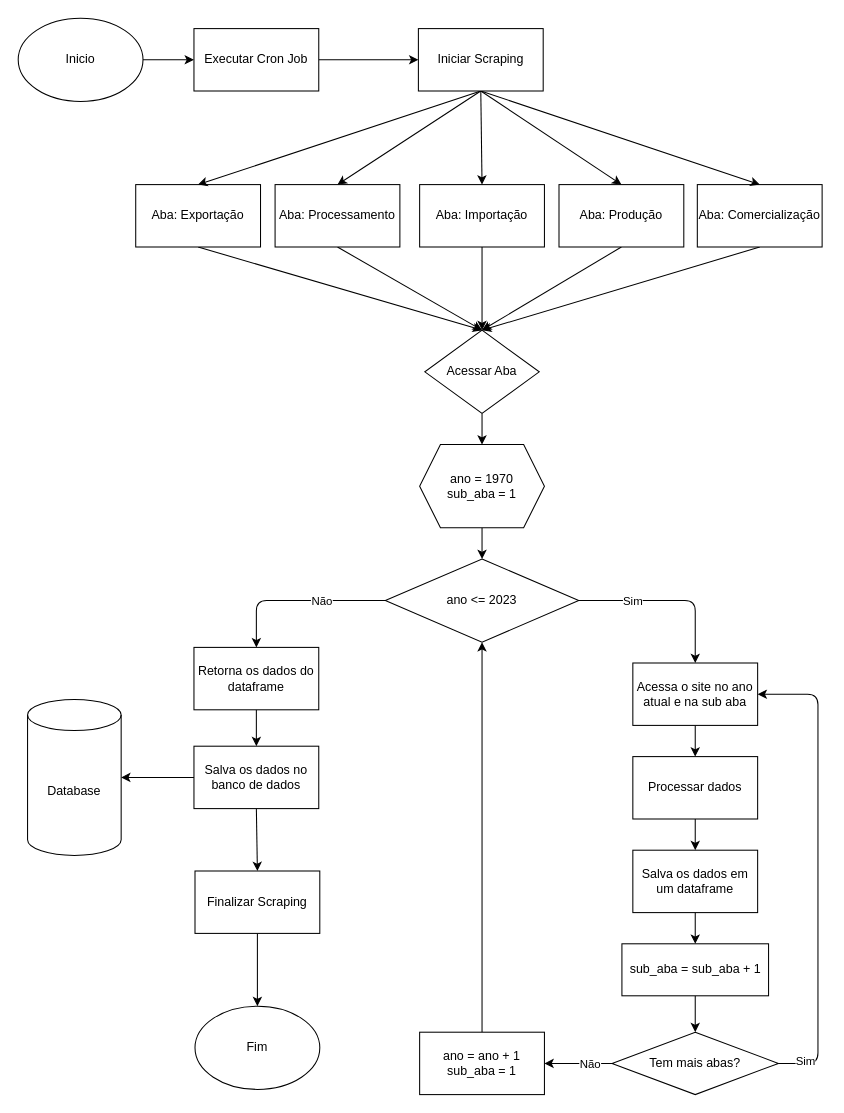
Earlier version of the draw.io diagram docs/flowchart_scrape.drawio (barravitor/fiap-ml-tech-challenge-stage-1). Source tidied: cells renumbered, new cells numbered last; positions are measured from the earlier drawing's top-left corner, leaving out a move shared by most shapes. Both pictures are drawn from the tidied source at 104%, with x=0, y=0 at pixel (18, 18).
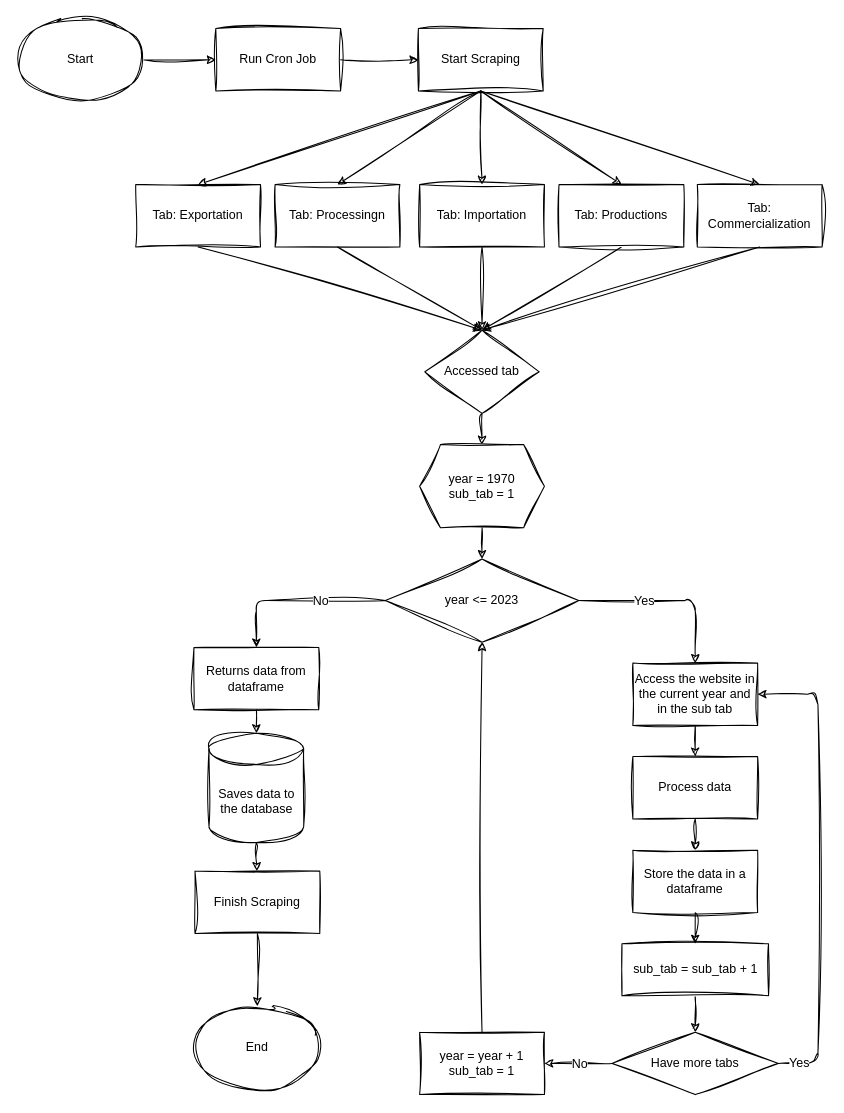
The same diagram, later.

The edit, as a diff of the source:
```diff
@@
+    <mxCell id="55" style="edgeStyle=none;sketch=1;hachureGap=4;jiggle=2;curveFitting=1;html=1;exitX=0.5;exitY=1;exitDx=0;exitDy=0;exitPerimeter=0;fontFamily=Architects Daughter;fontSize=12;" parent="1" edge="1" source="2" target="42">
+      <mxGeometry relative="1" as="geometry" />
+    </mxCell>
-    <mxCell id="2" value="Database" style="shape=cylinder3;whiteSpace=wrap;html=1;boundedLbl=1;backgroundOutline=1;size=15;" parent="1" vertex="1">
-      <mxGeometry x="9" y="655" width="90" height="150" as="geometry" />
+    <mxCell id="2" value="Saves data to the database" style="shape=cylinder3;whiteSpace=wrap;html=1;boundedLbl=1;backgroundOutline=1;size=15;sketch=1;curveFitting=1;jiggle=2;" parent="1" vertex="1">
+      <mxGeometry x="183.5" y="687.5" width="91" height="105" as="geometry" />
     </mxCell>
-    <mxCell id="3" style="edgeStyle=none;html=1;exitX=1;exitY=0.5;exitDx=0;exitDy=0;entryX=0;entryY=0.5;entryDx=0;entryDy=0;" parent="1" edge="1" source="4" target="50">
+    <mxCell id="3" style="edgeStyle=none;html=1;exitX=1;exitY=0.5;exitDx=0;exitDy=0;entryX=0;entryY=0.5;entryDx=0;entryDy=0;sketch=1;curveFitting=1;jiggle=2;" parent="1" edge="1" source="4" target="50">
       <mxGeometry relative="1" as="geometry" />
     </mxCell>
-    <mxCell id="4" value="Inicio" style="ellipse;whiteSpace=wrap;html=1;" parent="1" vertex="1">
+    <mxCell id="4" value="Start" style="ellipse;whiteSpace=wrap;html=1;sketch=1;curveFitting=1;jiggle=2;" parent="1" vertex="1">
       <mxGeometry width="120" height="80" as="geometry" />
     </mxCell>
-    <mxCell id="5" style="edgeStyle=none;html=1;exitX=0.5;exitY=1;exitDx=0;exitDy=0;" parent="1" edge="1" source="6" target="54">
+    <mxCell id="5" style="edgeStyle=none;html=1;exitX=0.5;exitY=1;exitDx=0;exitDy=0;sketch=1;curveFitting=1;jiggle=2;" parent="1" edge="1" source="6" target="54">
       <mxGeometry relative="1" as="geometry" />
     </mxCell>
-    <mxCell id="6" value="Acessar Aba" style="rhombus;whiteSpace=wrap;html=1;" parent="1" vertex="1">
+    <mxCell id="6" value="Accessed tab" style="rhombus;whiteSpace=wrap;html=1;sketch=1;curveFitting=1;jiggle=2;" parent="1" vertex="1">
       <mxGeometry x="391" y="300" width="110" height="80" as="geometry" />
     </mxCell>
-    <mxCell id="7" value="Fim" style="ellipse;whiteSpace=wrap;html=1;" parent="1" vertex="1">
+    <mxCell id="7" value="End" style="ellipse;whiteSpace=wrap;html=1;sketch=1;curveFitting=1;jiggle=2;" parent="1" vertex="1">
       <mxGeometry x="170" y="950" width="120" height="80" as="geometry" />
     </mxCell>
-    <mxCell id="8" style="edgeStyle=none;html=1;exitX=1;exitY=0.5;exitDx=0;exitDy=0;entryX=0.5;entryY=0;entryDx=0;entryDy=0;" parent="1" edge="1" source="12" target="19">
+    <mxCell id="8" style="edgeStyle=none;html=1;exitX=1;exitY=0.5;exitDx=0;exitDy=0;entryX=0.5;entryY=0;entryDx=0;entryDy=0;sketch=1;curveFitting=1;jiggle=2;" parent="1" edge="1" source="12" target="19">
       <mxGeometry relative="1" as="geometry">
         <Array as="points">
           <mxPoint x="651" y="560" />
         </Array>
       </mxGeometry>
     </mxCell>
-    <mxCell id="9" value="Sim" style="edgeLabel;html=1;align=center;verticalAlign=middle;" parent="8" vertex="1">
+    <mxCell id="9" value="&lt;font style=&quot;font-size: 12px;&quot;&gt;Yes&lt;/font&gt;" style="edgeLabel;html=1;align=center;verticalAlign=middle;sketch=1;curveFitting=1;jiggle=2;" parent="8" vertex="1">
       <mxGeometry x="-0.61" y="-1" relative="1" as="geometry">
-        <mxPoint x="17" y="-1" as="offset" />
+        <mxPoint x="28" y="-1" as="offset" />
       </mxGeometry>
     </mxCell>
-    <mxCell id="10" style="edgeStyle=none;html=1;exitX=0;exitY=0.5;exitDx=0;exitDy=0;entryX=0.5;entryY=0;entryDx=0;entryDy=0;" parent="1" edge="1" source="12" target="27">
+    <mxCell id="10" style="edgeStyle=none;html=1;exitX=0;exitY=0.5;exitDx=0;exitDy=0;entryX=0.5;entryY=0;entryDx=0;entryDy=0;sketch=1;curveFitting=1;jiggle=2;" parent="1" edge="1" source="12" target="27">
       <mxGeometry relative="1" as="geometry">
         <Array as="points">
           <mxPoint x="229" y="560" />
         </Array>
       </mxGeometry>
     </mxCell>
-    <mxCell id="11" value="Não" style="edgeLabel;html=1;align=center;verticalAlign=middle;" parent="10" vertex="1">
+    <mxCell id="11" value="&lt;font style=&quot;font-size: 12px;&quot;&gt;No&lt;/font&gt;" style="edgeLabel;html=1;align=center;verticalAlign=middle;sketch=1;curveFitting=1;jiggle=2;" parent="10" vertex="1">
       <mxGeometry x="-0.57" y="2" relative="1" as="geometry">
-        <mxPoint x="-26" y="-2" as="offset" />
+        <mxPoint x="-27" y="-2" as="offset" />
       </mxGeometry>
     </mxCell>
-    <mxCell id="12" value="ano &amp;lt;= 2023" style="rhombus;whiteSpace=wrap;html=1;" parent="1" vertex="1">
+    <mxCell id="12" value="year &amp;lt;= 2023" style="rhombus;whiteSpace=wrap;html=1;sketch=1;curveFitting=1;jiggle=2;" parent="1" vertex="1">
       <mxGeometry x="353" y="520" width="186" height="80" as="geometry" />
     </mxCell>
-    <mxCell id="13" style="edgeStyle=none;html=1;exitX=1;exitY=0.5;exitDx=0;exitDy=0;entryX=1;entryY=0.5;entryDx=0;entryDy=0;" parent="1" edge="1" source="17" target="19">
+    <mxCell id="13" style="edgeStyle=none;html=1;exitX=1;exitY=0.5;exitDx=0;exitDy=0;entryX=1;entryY=0.5;entryDx=0;entryDy=0;sketch=1;curveFitting=1;jiggle=2;" parent="1" edge="1" source="17" target="19">
       <mxGeometry relative="1" as="geometry">
         <Array as="points">
           <mxPoint x="769" y="1005" />
           <mxPoint x="769" y="650" />
         </Array>
       </mxGeometry>
     </mxCell>
-    <mxCell id="14" value="Sim" style="edgeLabel;html=1;align=center;verticalAlign=middle;" parent="13" vertex="1">
+    <mxCell id="14" value="&lt;font style=&quot;font-size: 12px;&quot;&gt;Yes&lt;/font&gt;" style="edgeLabel;html=1;align=center;verticalAlign=middle;sketch=1;curveFitting=1;jiggle=2;" parent="13" vertex="1">
       <mxGeometry x="-0.82" relative="1" as="geometry">
-        <mxPoint x="-13" as="offset" />
+        <mxPoint x="-19" y="2" as="offset" />
       </mxGeometry>
     </mxCell>
-    <mxCell id="15" style="edgeStyle=none;html=1;" parent="1" edge="1" source="17" target="25">
+    <mxCell id="15" style="edgeStyle=none;html=1;sketch=1;curveFitting=1;jiggle=2;" parent="1" edge="1" source="17" target="25">
       <mxGeometry relative="1" as="geometry" />
     </mxCell>
-    <mxCell id="16" value="Não" style="edgeLabel;html=1;align=center;verticalAlign=middle;" parent="15" vertex="1">
+    <mxCell id="16" value="&lt;span style=&quot;font-size: 12px;&quot;&gt;No&lt;/span&gt;" style="edgeLabel;html=1;align=center;verticalAlign=middle;sketch=1;curveFitting=1;jiggle=2;" parent="15" vertex="1">
       <mxGeometry x="-0.45" y="2" relative="1" as="geometry">
-        <mxPoint x="-4" y="-2" as="offset" />
+        <mxPoint x="-14" y="-2" as="offset" />
       </mxGeometry>
     </mxCell>
-    <mxCell id="17" value="Tem mais abas?" style="rhombus;whiteSpace=wrap;html=1;" parent="1" vertex="1">
+    <mxCell id="17" value="Have more tabs" style="rhombus;whiteSpace=wrap;html=1;sketch=1;curveFitting=1;jiggle=2;" parent="1" vertex="1">
       <mxGeometry x="571" y="975" width="160" height="60" as="geometry" />
     </mxCell>
-    <mxCell id="18" style="edgeStyle=none;html=1;exitX=0.5;exitY=1;exitDx=0;exitDy=0;entryX=0.5;entryY=0;entryDx=0;entryDy=0;" parent="1" edge="1" source="19" target="52">
+    <mxCell id="18" style="edgeStyle=none;html=1;exitX=0.5;exitY=1;exitDx=0;exitDy=0;entryX=0.5;entryY=0;entryDx=0;entryDy=0;sketch=1;curveFitting=1;jiggle=2;" parent="1" edge="1" source="19" target="52">
       <mxGeometry relative="1" as="geometry" />
     </mxCell>
-    <mxCell id="19" value="Acessa o site no ano atual e na sub aba" style="rounded=0;whiteSpace=wrap;html=1;" parent="1" vertex="1">
+    <mxCell id="19" value="Access the website in the current year and in the sub tab" style="rounded=0;whiteSpace=wrap;html=1;sketch=1;curveFitting=1;jiggle=2;" parent="1" vertex="1">
       <mxGeometry x="591" y="620" width="120" height="60" as="geometry" />
     </mxCell>
-    <mxCell id="20" style="edgeStyle=none;html=1;exitX=0.5;exitY=1;exitDx=0;exitDy=0;entryX=0.5;entryY=0;entryDx=0;entryDy=0;" parent="1" edge="1" source="21" target="23">
+    <mxCell id="20" style="edgeStyle=none;html=1;exitX=0.5;exitY=1;exitDx=0;exitDy=0;entryX=0.5;entryY=0;entryDx=0;entryDy=0;sketch=1;curveFitting=1;jiggle=2;" parent="1" edge="1" source="21" target="23">
       <mxGeometry relative="1" as="geometry" />
     </mxCell>
-    <mxCell id="21" value="Salva os dados em um dataframe" style="rounded=0;whiteSpace=wrap;html=1;" parent="1" vertex="1">
+    <mxCell id="21" value="Store the data in a dataframe" style="rounded=0;whiteSpace=wrap;html=1;sketch=1;curveFitting=1;jiggle=2;" parent="1" vertex="1">
       <mxGeometry x="591" y="800" width="120" height="60" as="geometry" />
     </mxCell>
-    <mxCell id="22" style="edgeStyle=none;html=1;exitX=0.5;exitY=1;exitDx=0;exitDy=0;entryX=0.5;entryY=0;entryDx=0;entryDy=0;" parent="1" edge="1" source="23" target="17">
+    <mxCell id="22" style="edgeStyle=none;html=1;exitX=0.5;exitY=1;exitDx=0;exitDy=0;entryX=0.5;entryY=0;entryDx=0;entryDy=0;sketch=1;curveFitting=1;jiggle=2;" parent="1" edge="1" source="23" target="17">
       <mxGeometry relative="1" as="geometry" />
     </mxCell>
-    <mxCell id="23" value="sub_aba = sub_aba + 1" style="rounded=0;whiteSpace=wrap;html=1;" parent="1" vertex="1">
+    <mxCell id="23" value="sub_tab = sub_tab + 1" style="rounded=0;whiteSpace=wrap;html=1;sketch=1;curveFitting=1;jiggle=2;" parent="1" vertex="1">
       <mxGeometry x="580.5" y="890" width="141" height="50" as="geometry" />
     </mxCell>
-    <mxCell id="24" style="edgeStyle=none;html=1;exitX=0.5;exitY=0;exitDx=0;exitDy=0;entryX=0.5;entryY=1;entryDx=0;entryDy=0;" parent="1" edge="1" source="25" target="12">
+    <mxCell id="24" style="edgeStyle=none;html=1;exitX=0.5;exitY=0;exitDx=0;exitDy=0;entryX=0.5;entryY=1;entryDx=0;entryDy=0;sketch=1;curveFitting=1;jiggle=2;" parent="1" edge="1" source="25" target="12">
       <mxGeometry relative="1" as="geometry" />
     </mxCell>
-    <mxCell id="25" value="ano = ano + 1&lt;br&gt;sub_aba = 1" style="whiteSpace=wrap;html=1;" parent="1" vertex="1">
+    <mxCell id="25" value="year = year + 1&lt;br&gt;sub_tab = 1" style="whiteSpace=wrap;html=1;sketch=1;curveFitting=1;jiggle=2;" parent="1" vertex="1">
       <mxGeometry x="386" y="975" width="120" height="60" as="geometry" />
     </mxCell>
-    <mxCell id="26" style="edgeStyle=none;html=1;exitX=0.5;exitY=1;exitDx=0;exitDy=0;entryX=0.5;entryY=0;entryDx=0;entryDy=0;" parent="1" edge="1" source="27" target="30">
-      <mxGeometry relative="1" as="geometry" />
-    </mxCell>
+    <mxCell id="56" style="edgeStyle=none;sketch=1;hachureGap=4;jiggle=2;curveFitting=1;html=1;exitX=0.5;exitY=1;exitDx=0;exitDy=0;fontFamily=Architects Daughter;fontSize=12;" parent="1" edge="1" source="27" target="2">
+      <mxGeometry relative="1" as="geometry" />
+    </mxCell>
-    <mxCell id="27" value="Retorna os dados do dataframe" style="rounded=0;whiteSpace=wrap;html=1;" parent="1" vertex="1">
+    <mxCell id="27" value="Returns data from dataframe" style="rounded=0;whiteSpace=wrap;html=1;sketch=1;curveFitting=1;jiggle=2;" parent="1" vertex="1">
       <mxGeometry x="169" y="605" width="120" height="60" as="geometry" />
     </mxCell>
-    <mxCell id="28" style="edgeStyle=none;html=1;exitX=0;exitY=0.5;exitDx=0;exitDy=0;" parent="1" edge="1" source="30" target="2">
-      <mxGeometry relative="1" as="geometry" />
-    </mxCell>
-    <mxCell id="29" style="edgeStyle=none;html=1;exitX=0.5;exitY=1;exitDx=0;exitDy=0;entryX=0.5;entryY=0;entryDx=0;entryDy=0;" parent="1" edge="1" source="30" target="42">
-      <mxGeometry relative="1" as="geometry" />
-    </mxCell>
-    <mxCell id="30" value="Salva os dados no banco de dados" style="rounded=0;whiteSpace=wrap;html=1;" parent="1" vertex="1">
-      <mxGeometry x="169" y="700" width="120" height="60" as="geometry" />
-    </mxCell>
-    <mxCell id="31" style="edgeStyle=none;html=1;exitX=0.5;exitY=1;exitDx=0;exitDy=0;entryX=0.5;entryY=0;entryDx=0;entryDy=0;" parent="1" edge="1" source="32" target="6">
+    <mxCell id="31" style="edgeStyle=none;html=1;exitX=0.5;exitY=1;exitDx=0;exitDy=0;entryX=0.5;entryY=0;entryDx=0;entryDy=0;sketch=1;curveFitting=1;jiggle=2;" parent="1" edge="1" source="32" target="6">
       <mxGeometry relative="1" as="geometry" />
     </mxCell>
-    <mxCell id="32" value="Aba: Produção" style="rounded=0;whiteSpace=wrap;html=1;" parent="1" vertex="1">
+    <mxCell id="32" value="Tab: Productions" style="rounded=0;whiteSpace=wrap;html=1;sketch=1;curveFitting=1;jiggle=2;" parent="1" vertex="1">
       <mxGeometry x="520" y="160" width="120" height="60" as="geometry" />
     </mxCell>
-    <mxCell id="33" style="edgeStyle=none;html=1;exitX=0.5;exitY=1;exitDx=0;exitDy=0;entryX=0.5;entryY=0;entryDx=0;entryDy=0;" parent="1" edge="1" source="34" target="6">
+    <mxCell id="33" style="edgeStyle=none;html=1;exitX=0.5;exitY=1;exitDx=0;exitDy=0;entryX=0.5;entryY=0;entryDx=0;entryDy=0;sketch=1;curveFitting=1;jiggle=2;" parent="1" edge="1" source="34" target="6">
       <mxGeometry relative="1" as="geometry" />
     </mxCell>
-    <mxCell id="34" value="Aba: Importação" style="rounded=0;whiteSpace=wrap;html=1;" parent="1" vertex="1">
+    <mxCell id="34" value="Tab: Importation" style="rounded=0;whiteSpace=wrap;html=1;sketch=1;curveFitting=1;jiggle=2;" parent="1" vertex="1">
       <mxGeometry x="386" y="160" width="120" height="60" as="geometry" />
     </mxCell>
-    <mxCell id="35" style="edgeStyle=none;html=1;exitX=0.5;exitY=1;exitDx=0;exitDy=0;entryX=0.5;entryY=0;entryDx=0;entryDy=0;" parent="1" edge="1" source="36" target="6">
+    <mxCell id="35" style="edgeStyle=none;html=1;exitX=0.5;exitY=1;exitDx=0;exitDy=0;entryX=0.5;entryY=0;entryDx=0;entryDy=0;sketch=1;curveFitting=1;jiggle=2;" parent="1" edge="1" source="36" target="6">
       <mxGeometry relative="1" as="geometry" />
     </mxCell>
-    <mxCell id="36" value="Aba: Processamento" style="rounded=0;whiteSpace=wrap;html=1;" parent="1" vertex="1">
+    <mxCell id="36" value="Tab: Processingn" style="rounded=0;whiteSpace=wrap;html=1;sketch=1;curveFitting=1;jiggle=2;" parent="1" vertex="1">
       <mxGeometry x="247" y="160" width="120" height="60" as="geometry" />
     </mxCell>
-    <mxCell id="37" style="edgeStyle=none;html=1;exitX=0.5;exitY=1;exitDx=0;exitDy=0;entryX=0.5;entryY=0;entryDx=0;entryDy=0;" parent="1" edge="1" source="38" target="6">
+    <mxCell id="37" style="edgeStyle=none;html=1;exitX=0.5;exitY=1;exitDx=0;exitDy=0;entryX=0.5;entryY=0;entryDx=0;entryDy=0;sketch=1;curveFitting=1;jiggle=2;" parent="1" edge="1" source="38" target="6">
       <mxGeometry relative="1" as="geometry" />
     </mxCell>
-    <mxCell id="38" value="Aba: Comercialização" style="rounded=0;whiteSpace=wrap;html=1;" parent="1" vertex="1">
+    <mxCell id="38" value="Tab: Commercialization" style="rounded=0;whiteSpace=wrap;html=1;sketch=1;curveFitting=1;jiggle=2;" parent="1" vertex="1">
       <mxGeometry x="653" y="160" width="120" height="60" as="geometry" />
     </mxCell>
-    <mxCell id="39" style="edgeStyle=none;html=1;exitX=0.5;exitY=1;exitDx=0;exitDy=0;entryX=0.5;entryY=0;entryDx=0;entryDy=0;" parent="1" edge="1" source="40" target="6">
+    <mxCell id="39" style="edgeStyle=none;html=1;exitX=0.5;exitY=1;exitDx=0;exitDy=0;entryX=0.5;entryY=0;entryDx=0;entryDy=0;sketch=1;curveFitting=1;jiggle=2;" parent="1" edge="1" source="40" target="6">
       <mxGeometry relative="1" as="geometry" />
     </mxCell>
-    <mxCell id="40" value="Aba: Exportação" style="rounded=0;whiteSpace=wrap;html=1;" parent="1" vertex="1">
+    <mxCell id="40" value="Tab: Exportation" style="rounded=0;whiteSpace=wrap;html=1;sketch=1;curveFitting=1;jiggle=2;" parent="1" vertex="1">
       <mxGeometry x="113" y="160" width="120" height="60" as="geometry" />
     </mxCell>
-    <mxCell id="41" style="edgeStyle=none;html=1;exitX=0.5;exitY=1;exitDx=0;exitDy=0;" parent="1" edge="1" source="42" target="7">
+    <mxCell id="41" style="edgeStyle=none;html=1;exitX=0.5;exitY=1;exitDx=0;exitDy=0;sketch=1;curveFitting=1;jiggle=2;" parent="1" edge="1" source="42" target="7">
       <mxGeometry relative="1" as="geometry" />
     </mxCell>
-    <mxCell id="42" value="Finalizar Scraping" style="rounded=0;whiteSpace=wrap;html=1;" parent="1" vertex="1">
+    <mxCell id="42" value="Finish Scraping" style="rounded=0;whiteSpace=wrap;html=1;sketch=1;curveFitting=1;jiggle=2;" parent="1" vertex="1">
       <mxGeometry x="170" y="820" width="120" height="60" as="geometry" />
     </mxCell>
-    <mxCell id="43" style="edgeStyle=none;html=1;exitX=0.5;exitY=1;exitDx=0;exitDy=0;entryX=0.5;entryY=0;entryDx=0;entryDy=0;" parent="1" edge="1" source="48" target="40">
+    <mxCell id="43" style="edgeStyle=none;html=1;exitX=0.5;exitY=1;exitDx=0;exitDy=0;entryX=0.5;entryY=0;entryDx=0;entryDy=0;sketch=1;curveFitting=1;jiggle=2;" parent="1" edge="1" source="48" target="40">
       <mxGeometry relative="1" as="geometry" />
     </mxCell>
-    <mxCell id="44" style="edgeStyle=none;html=1;exitX=0.5;exitY=1;exitDx=0;exitDy=0;entryX=0.5;entryY=0;entryDx=0;entryDy=0;" parent="1" edge="1" source="48" target="36">
+    <mxCell id="44" style="edgeStyle=none;html=1;exitX=0.5;exitY=1;exitDx=0;exitDy=0;entryX=0.5;entryY=0;entryDx=0;entryDy=0;sketch=1;curveFitting=1;jiggle=2;" parent="1" edge="1" source="48" target="36">
       <mxGeometry relative="1" as="geometry" />
     </mxCell>
-    <mxCell id="45" style="edgeStyle=none;html=1;exitX=0.5;exitY=1;exitDx=0;exitDy=0;entryX=0.5;entryY=0;entryDx=0;entryDy=0;" parent="1" edge="1" source="48" target="34">
+    <mxCell id="45" style="edgeStyle=none;html=1;exitX=0.5;exitY=1;exitDx=0;exitDy=0;entryX=0.5;entryY=0;entryDx=0;entryDy=0;sketch=1;curveFitting=1;jiggle=2;" parent="1" edge="1" source="48" target="34">
       <mxGeometry relative="1" as="geometry" />
     </mxCell>
-    <mxCell id="46" style="edgeStyle=none;html=1;exitX=0.5;exitY=1;exitDx=0;exitDy=0;entryX=0.5;entryY=0;entryDx=0;entryDy=0;" parent="1" edge="1" source="48" target="32">
+    <mxCell id="46" style="edgeStyle=none;html=1;exitX=0.5;exitY=1;exitDx=0;exitDy=0;entryX=0.5;entryY=0;entryDx=0;entryDy=0;sketch=1;curveFitting=1;jiggle=2;" parent="1" edge="1" source="48" target="32">
       <mxGeometry relative="1" as="geometry" />
     </mxCell>
-    <mxCell id="47" style="edgeStyle=none;html=1;exitX=0.5;exitY=1;exitDx=0;exitDy=0;entryX=0.5;entryY=0;entryDx=0;entryDy=0;" parent="1" edge="1" source="48" target="38">
+    <mxCell id="47" style="edgeStyle=none;html=1;exitX=0.5;exitY=1;exitDx=0;exitDy=0;entryX=0.5;entryY=0;entryDx=0;entryDy=0;sketch=1;curveFitting=1;jiggle=2;" parent="1" edge="1" source="48" target="38">
       <mxGeometry relative="1" as="geometry" />
     </mxCell>
-    <mxCell id="48" value="Iniciar Scraping" style="rounded=0;whiteSpace=wrap;html=1;" parent="1" vertex="1">
+    <mxCell id="48" value="Start Scraping" style="rounded=0;whiteSpace=wrap;html=1;sketch=1;curveFitting=1;jiggle=2;" parent="1" vertex="1">
       <mxGeometry x="384.8" y="10" width="120" height="60" as="geometry" />
     </mxCell>
-    <mxCell id="49" style="edgeStyle=none;html=1;exitX=1;exitY=0.5;exitDx=0;exitDy=0;entryX=0;entryY=0.5;entryDx=0;entryDy=0;" parent="1" edge="1" source="50" target="48">
+    <mxCell id="49" style="edgeStyle=none;html=1;exitX=1;exitY=0.5;exitDx=0;exitDy=0;entryX=0;entryY=0.5;entryDx=0;entryDy=0;sketch=1;curveFitting=1;jiggle=2;" parent="1" edge="1" source="50" target="48">
       <mxGeometry relative="1" as="geometry" />
     </mxCell>
-    <mxCell id="50" value="Executar Cron Job" style="rounded=0;whiteSpace=wrap;html=1;" parent="1" vertex="1">
-      <mxGeometry x="169" y="10" width="120" height="60" as="geometry" />
+    <mxCell id="50" value="Run Cron Job" style="rounded=0;whiteSpace=wrap;html=1;sketch=1;curveFitting=1;jiggle=2;" parent="1" vertex="1">
+      <mxGeometry x="190" y="10" width="120" height="60" as="geometry" />
     </mxCell>
-    <mxCell id="51" style="edgeStyle=none;html=1;exitX=0.5;exitY=1;exitDx=0;exitDy=0;entryX=0.5;entryY=0;entryDx=0;entryDy=0;" parent="1" edge="1" source="52" target="21">
+    <mxCell id="51" style="edgeStyle=none;html=1;exitX=0.5;exitY=1;exitDx=0;exitDy=0;entryX=0.5;entryY=0;entryDx=0;entryDy=0;sketch=1;curveFitting=1;jiggle=2;" parent="1" edge="1" source="52" target="21">
       <mxGeometry relative="1" as="geometry" />
     </mxCell>
-    <mxCell id="52" value="Processar dados" style="rounded=0;whiteSpace=wrap;html=1;" parent="1" vertex="1">
+    <mxCell id="52" value="Process data" style="rounded=0;whiteSpace=wrap;html=1;sketch=1;curveFitting=1;jiggle=2;" parent="1" vertex="1">
       <mxGeometry x="591" y="710" width="120" height="60" as="geometry" />
     </mxCell>
-    <mxCell id="53" style="edgeStyle=none;html=1;exitX=0.5;exitY=1;exitDx=0;exitDy=0;" parent="1" edge="1" source="54" target="12">
+    <mxCell id="53" style="edgeStyle=none;html=1;exitX=0.5;exitY=1;exitDx=0;exitDy=0;sketch=1;curveFitting=1;jiggle=2;" parent="1" edge="1" source="54" target="12">
       <mxGeometry relative="1" as="geometry" />
     </mxCell>
-    <mxCell id="54" value="ano = 1970&lt;br&gt;sub_aba = 1" style="shape=hexagon;perimeter=hexagonPerimeter2;whiteSpace=wrap;html=1;fixedSize=1;" parent="1" vertex="1">
+    <mxCell id="54" value="year = 1970&lt;br&gt;sub_tab = 1" style="shape=hexagon;perimeter=hexagonPerimeter2;whiteSpace=wrap;html=1;fixedSize=1;sketch=1;curveFitting=1;jiggle=2;" parent="1" vertex="1">
       <mxGeometry x="386" y="410" width="120" height="80" as="geometry" />
     </mxCell>
```
